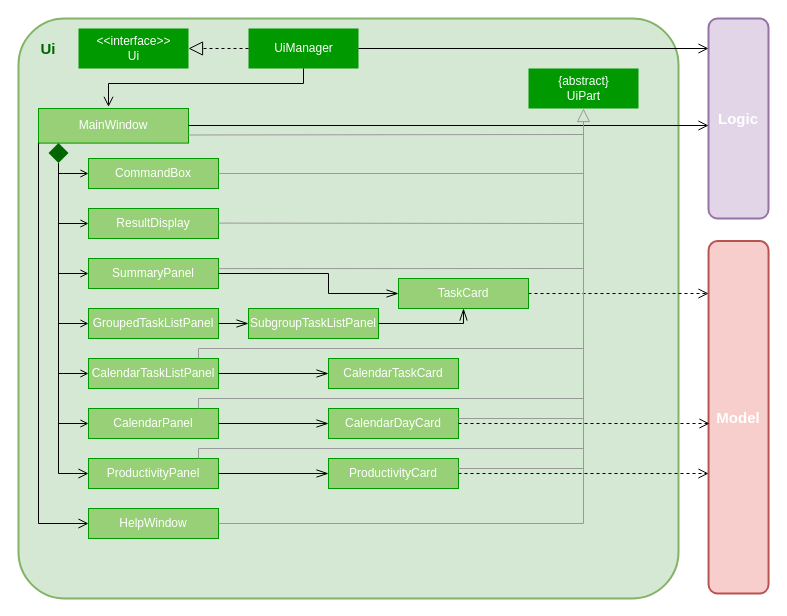
Before: docs/diagrams/UiClassDiagram.drawio in yapdianhao/main, a draw.io diagram. Source tidied: cells renumbered, new cells numbered last; positions are measured from the earlier drawing's top-left corner, leaving out a move shared by most shapes. Both pictures are drawn from the tidied source at 100%, with x=0, y=0 at pixel (18, 18).
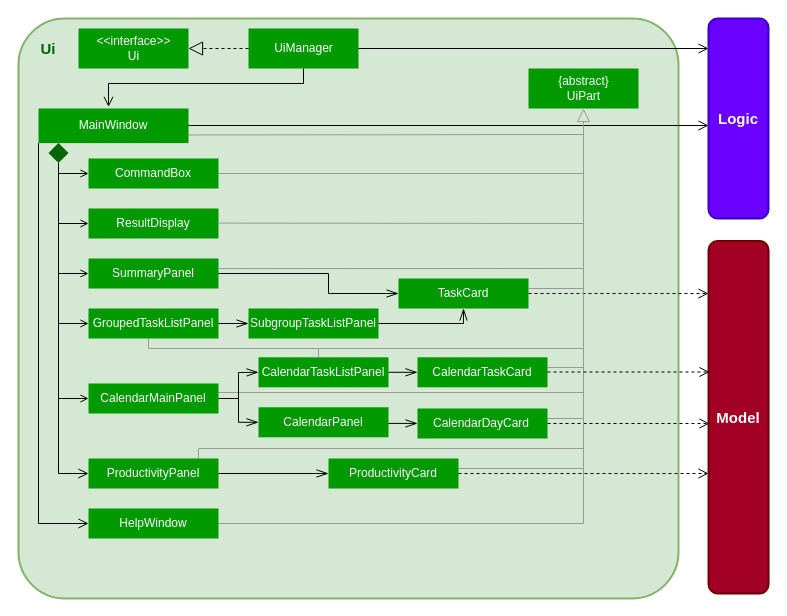
The same page after the edit.

Commit message (it also covers changes not shown here):
updated Ui class diagram

The change refers to these unchanged cells:
```xml
<mxCell id="18" style="group;" parent="17" vertex="1">
  <mxGeometry x="-20" width="150" height="34.6" as="geometry" />
</mxCell>
<mxCell id="24" style="group;" parent="1" vertex="1">
  <mxGeometry x="70" y="190" width="130" height="30" as="geometry" />
</mxCell>
<mxCell id="27" style="group;" parent="1" vertex="1">
  <mxGeometry x="70" y="240" width="130" height="30" as="geometry" />
</mxCell>
<mxCell id="73" style="group;" parent="72" vertex="1">
  <mxGeometry x="260" y="-20" width="130" height="30" as="geometry" />
</mxCell>
<mxCell id="79" style="group;fontColor=#999999;" parent="1" vertex="1">
  <mxGeometry x="180" y="380" width="309.7" height="10" as="geometry" />
</mxCell>
```

Change to the diagram source:
```diff
@@
-    <mxCell id="3" style="rounded=1;whiteSpace=wrap;html=1;strokeWidth=2;fillColor=#e1d5e7;strokeColor=#9673a6;rotation=-90;" parent="1" vertex="1">
+    <mxCell id="3" style="rounded=1;whiteSpace=wrap;html=1;strokeWidth=2;fillColor=#6A00FF;strokeColor=#3700CC;rotation=-90;" parent="1" vertex="1">
       <mxGeometry x="620" y="70" width="200" height="60" as="geometry" />
     </mxCell>
-    <mxCell id="4" style="rounded=1;whiteSpace=wrap;html=1;strokeWidth=2;fillColor=#f8cecc;strokeColor=#b85450;rotation=-90;" parent="1" vertex="1">
+    <mxCell id="4" style="rounded=1;whiteSpace=wrap;html=1;strokeWidth=2;fillColor=#A20025;strokeColor=#6F0000;rotation=-90;" parent="1" vertex="1">
       <mxGeometry x="543.8" y="368.8" width="352.5" height="60" as="geometry" />
     </mxCell>
@@
-    <mxCell id="19" style="rounded=0;whiteSpace=wrap;html=1;strokeWidth=1;fillColor=#97D077;strokeColor=#009900;" parent="18" vertex="1">
+    <mxCell id="19" style="rounded=0;whiteSpace=wrap;html=1;strokeWidth=1;fillColor=#009900;strokeColor=none;" parent="18" vertex="1">
       <mxGeometry width="150" height="34.6" as="geometry" />
     </mxCell>
@@
-    <mxCell id="21" style="group;" parent="1" vertex="1">
-      <mxGeometry x="70" y="140" width="130" height="30" as="geometry" />
-    </mxCell>
-    <mxCell id="22" style="rounded=0;whiteSpace=wrap;html=1;strokeWidth=1;fillColor=#97D077;strokeColor=#009900;" parent="21" vertex="1">
-      <mxGeometry width="130" height="30" as="geometry" />
-    </mxCell>
-    <mxCell id="23" value="&lt;font color=&quot;#ffffff&quot;&gt;CommandBox&lt;/font&gt;" style="text;html=1;strokeColor=none;fillColor=none;align=center;verticalAlign=middle;whiteSpace=wrap;rounded=0;" parent="21" vertex="1">
-      <mxGeometry x="10" y="5" width="110" height="20" as="geometry" />
-    </mxCell>
@@
-    <mxCell id="25" style="rounded=0;whiteSpace=wrap;html=1;strokeWidth=1;fillColor=#97D077;strokeColor=#009900;" parent="24" vertex="1">
+    <mxCell id="25" style="rounded=0;whiteSpace=wrap;html=1;strokeWidth=1;fillColor=#009900;strokeColor=none;" parent="24" vertex="1">
       <mxGeometry width="130" height="30" as="geometry" />
     </mxCell>
@@
-    <mxCell id="28" style="rounded=0;whiteSpace=wrap;html=1;strokeWidth=1;fillColor=#97D077;strokeColor=#009900;" parent="27" vertex="1">
+    <mxCell id="28" style="rounded=0;whiteSpace=wrap;html=1;strokeWidth=1;fillColor=#009900;strokeColor=none;" parent="27" vertex="1">
       <mxGeometry width="130" height="30" as="geometry" />
     </mxCell>
@@
-    <mxCell id="30" style="group;" parent="1" vertex="1">
-      <mxGeometry x="70" y="290" width="130" height="30" as="geometry" />
-    </mxCell>
-    <mxCell id="31" style="rounded=0;whiteSpace=wrap;html=1;strokeWidth=1;fillColor=#97D077;strokeColor=#009900;" parent="30" vertex="1">
-      <mxGeometry width="130" height="30" as="geometry" />
-    </mxCell>
-    <mxCell id="32" value="&lt;font color=&quot;#ffffff&quot;&gt;GroupedTaskListPanel&lt;/font&gt;" style="text;html=1;strokeColor=none;fillColor=none;align=center;verticalAlign=middle;whiteSpace=wrap;rounded=0;" parent="30" vertex="1">
-      <mxGeometry x="10" y="5" width="110" height="20" as="geometry" />
-    </mxCell>
-    <mxCell id="33" style="group;" parent="1" vertex="1">
-      <mxGeometry x="70" y="340" width="130" height="30" as="geometry" />
-    </mxCell>
-    <mxCell id="34" style="rounded=0;whiteSpace=wrap;html=1;strokeWidth=1;fillColor=#97D077;strokeColor=#009900;" parent="33" vertex="1">
-      <mxGeometry width="130" height="30" as="geometry" />
-    </mxCell>
-    <mxCell id="35" value="&lt;font color=&quot;#ffffff&quot;&gt;CalendarTaskListPanel&lt;/font&gt;" style="text;html=1;strokeColor=none;fillColor=none;align=center;verticalAlign=middle;whiteSpace=wrap;rounded=0;" parent="33" vertex="1">
-      <mxGeometry x="10" y="5" width="110" height="20" as="geometry" />
-    </mxCell>
-    <mxCell id="36" style="group;" parent="1" vertex="1">
-      <mxGeometry x="70" y="390" width="130" height="30" as="geometry" />
-    </mxCell>
-    <mxCell id="37" style="rounded=0;whiteSpace=wrap;html=1;strokeWidth=1;fillColor=#97D077;strokeColor=#009900;" parent="36" vertex="1">
-      <mxGeometry width="130" height="30" as="geometry" />
-    </mxCell>
-    <mxCell id="38" value="&lt;font color=&quot;#ffffff&quot;&gt;CalendarPanel&lt;/font&gt;" style="text;html=1;strokeColor=none;fillColor=none;align=center;verticalAlign=middle;whiteSpace=wrap;rounded=0;" parent="36" vertex="1">
-      <mxGeometry x="10" y="5" width="110" height="20" as="geometry" />
-    </mxCell>
-    <mxCell id="39" style="group;" parent="1" vertex="1">
-      <mxGeometry x="70" y="440" width="130" height="30" as="geometry" />
-    </mxCell>
-    <mxCell id="40" style="rounded=0;whiteSpace=wrap;html=1;strokeWidth=1;fillColor=#97D077;strokeColor=#009900;" parent="39" vertex="1">
-      <mxGeometry width="130" height="30" as="geometry" />
-    </mxCell>
-    <mxCell id="41" value="&lt;font color=&quot;#ffffff&quot;&gt;ProductivityPanel&lt;/font&gt;" style="text;html=1;strokeColor=none;fillColor=none;align=center;verticalAlign=middle;whiteSpace=wrap;rounded=0;" parent="39" vertex="1">
-      <mxGeometry x="10" y="5" width="110" height="20" as="geometry" />
-    </mxCell>
-    <mxCell id="42" style="group;" parent="1" vertex="1">
-      <mxGeometry x="70" y="490" width="130" height="30" as="geometry" />
-    </mxCell>
-    <mxCell id="43" style="rounded=0;whiteSpace=wrap;html=1;strokeWidth=1;fillColor=#97D077;strokeColor=#009900;" parent="42" vertex="1">
-      <mxGeometry width="130" height="30" as="geometry" />
-    </mxCell>
-    <mxCell id="44" value="&lt;font color=&quot;#ffffff&quot;&gt;HelpWindow&lt;/font&gt;" style="text;html=1;strokeColor=none;fillColor=none;align=center;verticalAlign=middle;whiteSpace=wrap;rounded=0;" parent="42" vertex="1">
-      <mxGeometry x="10" y="5" width="110" height="20" as="geometry" />
-    </mxCell>
@@
-    <mxCell id="53" style="endArrow=open;html=1;entryX=0;entryY=0.5;entryDx=0;entryDy=0;endFill=0;" parent="1" edge="1" target="34">
-      <mxGeometry relative="1" as="geometry">
-        <mxPoint x="40" y="355" as="sourcePoint" />
-      </mxGeometry>
-    </mxCell>
     <mxCell id="54" style="endArrow=open;html=1;entryX=0;entryY=0.5;entryDx=0;entryDy=0;endFill=0;" parent="1" edge="1" target="37">
       <mxGeometry relative="1" as="geometry">
-        <mxPoint x="40" y="405" as="sourcePoint" />
+        <mxPoint x="40" y="380" as="sourcePoint" />
       </mxGeometry>
     </mxCell>
-    <mxCell id="55" style="group;" parent="1" vertex="1">
-      <mxGeometry x="310" y="390" width="130" height="30" as="geometry" />
-    </mxCell>
-    <mxCell id="56" style="rounded=0;whiteSpace=wrap;html=1;strokeWidth=1;fillColor=#97D077;strokeColor=#009900;" parent="55" vertex="1">
-      <mxGeometry width="130" height="30" as="geometry" />
-    </mxCell>
-    <mxCell id="57" value="&lt;font color=&quot;#ffffff&quot;&gt;CalendarDayCard&lt;/font&gt;" style="text;html=1;strokeColor=none;fillColor=none;align=center;verticalAlign=middle;whiteSpace=wrap;rounded=0;" parent="55" vertex="1">
-      <mxGeometry x="10" y="5" width="110" height="20" as="geometry" />
-    </mxCell>
-    <mxCell id="58" style="group;" parent="1" vertex="1">
-      <mxGeometry x="310" y="440" width="130" height="30" as="geometry" />
-    </mxCell>
-    <mxCell id="59" style="rounded=0;whiteSpace=wrap;html=1;strokeWidth=1;fillColor=#97D077;strokeColor=#009900;" parent="58" vertex="1">
-      <mxGeometry width="130" height="30" as="geometry" />
-    </mxCell>
-    <mxCell id="60" value="&lt;font color=&quot;#ffffff&quot;&gt;ProductivityCard&lt;/font&gt;" style="text;html=1;strokeColor=none;fillColor=none;align=center;verticalAlign=middle;whiteSpace=wrap;rounded=0;" parent="58" vertex="1">
-      <mxGeometry x="10" y="5" width="110" height="20" as="geometry" />
-    </mxCell>
-    <mxCell id="61" style="edgeStyle=orthogonalEdgeStyle;rounded=0;jettySize=auto;html=1;exitX=1;exitY=0.5;exitDx=0;exitDy=0;entryX=0;entryY=0.5;entryDx=0;entryDy=0;endArrow=openThin;endFill=0;endSize=10;" parent="1" edge="1" source="37" target="56">
-      <mxGeometry relative="1" as="geometry" />
-    </mxCell>
@@
-    <mxCell id="74" style="rounded=0;whiteSpace=wrap;html=1;strokeWidth=1;fillColor=#97D077;strokeColor=#009900;" parent="73" vertex="1">
+    <mxCell id="74" style="rounded=0;whiteSpace=wrap;html=1;strokeWidth=1;fillColor=#009900;strokeColor=none;" parent="73" vertex="1">
       <mxGeometry width="130" height="30" as="geometry" />
     </mxCell>
@@
-    <mxCell id="76" style="group;fontColor=#999999;" parent="1" vertex="1">
-      <mxGeometry x="180" y="330" width="309.7" height="10" as="geometry" />
-    </mxCell>
-    <mxCell id="77" style="endArrow=none;html=1;strokeColor=#999999;" parent="76" edge="1">
-      <mxGeometry relative="1" as="geometry">
-        <mxPoint as="sourcePoint" />
-        <mxPoint x="385.5" as="targetPoint" />
-      </mxGeometry>
-    </mxCell>
-    <mxCell id="78" style="endArrow=none;html=1;strokeColor=#999999;" parent="76" edge="1">
-      <mxGeometry relative="1" as="geometry">
-        <mxPoint y="10" as="sourcePoint" />
-        <mxPoint as="targetPoint" />
-      </mxGeometry>
-    </mxCell>
@@
     <mxCell id="80" style="endArrow=none;html=1;strokeColor=#999999;" parent="79" edge="1">
       <mxGeometry relative="1" as="geometry">
-        <mxPoint as="sourcePoint" />
-        <mxPoint x="385.5" as="targetPoint" />
+        <mxPoint y="-6" as="sourcePoint" />
+        <mxPoint x="385.5" y="-6" as="targetPoint" />
       </mxGeometry>
     </mxCell>
@@
     <mxCell id="82" style="endArrow=none;html=1;strokeColor=#999999;fontColor=#999999;" parent="79" edge="1">
       <mxGeometry relative="1" as="geometry">
-        <mxPoint x="259.7" y="20" as="sourcePoint" />
+        <mxPoint x="349" y="20" as="sourcePoint" />
         <mxPoint x="385.5" y="20" as="targetPoint" />
       </mxGeometry>
     </mxCell>
@@
-    <mxCell id="87" style="group;fontColor=#999999;" parent="1" vertex="1">
-      <mxGeometry x="50" y="360" width="309.7" height="10" as="geometry" />
-    </mxCell>
-    <mxCell id="88" style="group;" parent="87" vertex="1">
-      <mxGeometry x="260" y="-20" width="130" height="30" as="geometry" />
-    </mxCell>
-    <mxCell id="89" style="rounded=0;whiteSpace=wrap;html=1;strokeWidth=1;fillColor=#97D077;strokeColor=#009900;" parent="88" vertex="1">
-      <mxGeometry width="130" height="30" as="geometry" />
-    </mxCell>
-    <mxCell id="90" value="&lt;font color=&quot;#ffffff&quot;&gt;CalendarTaskCard&lt;/font&gt;" style="text;html=1;strokeColor=none;fillColor=none;align=center;verticalAlign=middle;whiteSpace=wrap;rounded=0;" parent="88" vertex="1">
-      <mxGeometry x="10" y="5" width="110" height="20" as="geometry" />
-    </mxCell>
-    <mxCell id="91" style="edgeStyle=orthogonalEdgeStyle;rounded=0;jettySize=auto;html=1;exitX=1;exitY=0.5;exitDx=0;exitDy=0;entryX=0;entryY=0.5;entryDx=0;entryDy=0;endArrow=openThin;endFill=0;endSize=10;strokeColor=#000000;fontColor=#999999;" parent="1" edge="1" source="34" target="89">
-      <mxGeometry relative="1" as="geometry" />
-    </mxCell>
-    <mxCell id="92" style="group;" parent="1" vertex="1">
-      <mxGeometry x="230" y="290" width="130" height="30" as="geometry" />
-    </mxCell>
-    <mxCell id="93" style="rounded=0;whiteSpace=wrap;html=1;strokeWidth=1;fillColor=#97D077;strokeColor=#009900;" parent="92" vertex="1">
-      <mxGeometry width="130" height="30" as="geometry" />
-    </mxCell>
-    <mxCell id="94" value="&lt;font color=&quot;#ffffff&quot;&gt;SubgroupTaskListPanel&lt;/font&gt;" style="text;html=1;strokeColor=none;fillColor=none;align=center;verticalAlign=middle;whiteSpace=wrap;rounded=0;" parent="92" vertex="1">
-      <mxGeometry x="10" y="5" width="110" height="20" as="geometry" />
-    </mxCell>
@@
+    <mxCell id="22" style="rounded=0;whiteSpace=wrap;html=1;strokeWidth=1;fillColor=#009900;strokeColor=none;" parent="1" vertex="1">
+      <mxGeometry x="70" y="140" width="130" height="30" as="geometry" />
+    </mxCell>
+    <mxCell id="23" value="&lt;font color=&quot;#ffffff&quot;&gt;CommandBox&lt;/font&gt;" style="text;html=1;strokeColor=none;fillColor=#009900;align=center;verticalAlign=middle;whiteSpace=wrap;rounded=0;" parent="1" vertex="1">
+      <mxGeometry x="80" y="145" width="110" height="20" as="geometry" />
+    </mxCell>
+    <mxCell id="31" style="rounded=0;whiteSpace=wrap;html=1;strokeWidth=1;fillColor=#009900;strokeColor=none;" parent="1" vertex="1">
+      <mxGeometry x="70" y="290" width="130" height="30" as="geometry" />
+    </mxCell>
+    <mxCell id="32" value="&lt;font color=&quot;#ffffff&quot;&gt;GroupedTaskListPanel&lt;/font&gt;" style="text;html=1;strokeColor=none;fillColor=#009900;align=center;verticalAlign=middle;whiteSpace=wrap;rounded=0;" parent="1" vertex="1">
+      <mxGeometry x="80" y="295" width="110" height="20" as="geometry" />
+    </mxCell>
+    <mxCell id="93" style="rounded=0;whiteSpace=wrap;html=1;strokeWidth=1;fillColor=#009900;strokeColor=none;" parent="1" vertex="1">
+      <mxGeometry x="230" y="290" width="130" height="30" as="geometry" />
+    </mxCell>
+    <mxCell id="94" value="&lt;font color=&quot;#ffffff&quot;&gt;SubgroupTaskListPanel&lt;/font&gt;" style="text;html=1;strokeColor=none;fillColor=#009900;align=center;verticalAlign=middle;whiteSpace=wrap;rounded=0;" parent="1" vertex="1">
+      <mxGeometry x="240" y="295" width="110" height="20" as="geometry" />
+    </mxCell>
+    <mxCell id="40" style="rounded=0;whiteSpace=wrap;html=1;strokeWidth=1;fillColor=#009900;strokeColor=none;" parent="1" vertex="1">
+      <mxGeometry x="70" y="440" width="130" height="30" as="geometry" />
+    </mxCell>
+    <mxCell id="41" value="&lt;font color=&quot;#ffffff&quot;&gt;ProductivityPanel&lt;/font&gt;" style="text;html=1;strokeColor=none;fillColor=#009900;align=center;verticalAlign=middle;whiteSpace=wrap;rounded=0;" parent="1" vertex="1">
+      <mxGeometry x="80" y="445" width="110" height="20" as="geometry" />
+    </mxCell>
+    <mxCell id="59" style="rounded=0;whiteSpace=wrap;html=1;strokeWidth=1;fillColor=#009900;strokeColor=none;" parent="1" vertex="1">
+      <mxGeometry x="310" y="440" width="130" height="30" as="geometry" />
+    </mxCell>
+    <mxCell id="60" value="&lt;font color=&quot;#ffffff&quot;&gt;ProductivityCard&lt;/font&gt;" style="text;html=1;strokeColor=none;fillColor=#009900;align=center;verticalAlign=middle;whiteSpace=wrap;rounded=0;" parent="1" vertex="1">
+      <mxGeometry x="320" y="445" width="110" height="20" as="geometry" />
+    </mxCell>
+    <mxCell id="43" style="rounded=0;whiteSpace=wrap;html=1;strokeWidth=1;fillColor=#009900;strokeColor=none;" parent="1" vertex="1">
+      <mxGeometry x="70" y="490" width="130" height="30" as="geometry" />
+    </mxCell>
+    <mxCell id="44" value="&lt;font color=&quot;#ffffff&quot;&gt;HelpWindow&lt;/font&gt;" style="text;html=1;strokeColor=none;fillColor=#009900;align=center;verticalAlign=middle;whiteSpace=wrap;rounded=0;" parent="1" vertex="1">
+      <mxGeometry x="80" y="495" width="110" height="20" as="geometry" />
+    </mxCell>
+    <mxCell id="100" style="group;" parent="1" vertex="1">
+      <mxGeometry x="70" y="365" width="140" height="30" as="geometry" />
+    </mxCell>
+    <mxCell id="37" style="rounded=0;whiteSpace=wrap;html=1;strokeWidth=1;fillColor=#009900;strokeColor=none;" parent="100" vertex="1">
+      <mxGeometry width="130" height="30" as="geometry" />
+    </mxCell>
+    <mxCell id="38" value="&lt;font color=&quot;#ffffff&quot;&gt;CalendarMainPanel&lt;/font&gt;" style="text;html=1;strokeColor=none;fillColor=#009900;align=center;verticalAlign=middle;whiteSpace=wrap;rounded=0;" parent="100" vertex="1">
+      <mxGeometry x="10" y="5" width="110" height="20" as="geometry" />
+    </mxCell>
+    <mxCell id="101" style="group;" parent="1" vertex="1">
+      <mxGeometry x="240" y="388.8" width="130" height="30" as="geometry" />
+    </mxCell>
+    <mxCell id="102" style="rounded=0;whiteSpace=wrap;html=1;strokeWidth=1;fillColor=#009900;strokeColor=none;" parent="101" vertex="1">
+      <mxGeometry width="130" height="30" as="geometry" />
+    </mxCell>
+    <mxCell id="103" value="&lt;font color=&quot;#ffffff&quot;&gt;CalendarPanel&lt;/font&gt;" style="text;html=1;strokeColor=none;fillColor=#009900;align=center;verticalAlign=middle;whiteSpace=wrap;rounded=0;" parent="101" vertex="1">
+      <mxGeometry x="10" y="5" width="110" height="20" as="geometry" />
+    </mxCell>
+    <mxCell id="104" style="group;" parent="1" vertex="1">
+      <mxGeometry x="399" y="390" width="130" height="30" as="geometry" />
+    </mxCell>
+    <mxCell id="56" style="rounded=0;whiteSpace=wrap;html=1;strokeWidth=1;fillColor=#009900;strokeColor=none;" parent="104" vertex="1">
+      <mxGeometry width="130" height="30" as="geometry" />
+    </mxCell>
+    <mxCell id="57" value="&lt;font color=&quot;#ffffff&quot;&gt;CalendarDayCard&lt;/font&gt;" style="text;html=1;strokeColor=none;fillColor=#009900;align=center;verticalAlign=middle;whiteSpace=wrap;rounded=0;" parent="104" vertex="1">
+      <mxGeometry x="9" y="5" width="110" height="20" as="geometry" />
+    </mxCell>
+    <mxCell id="105" style="group;" parent="1" vertex="1">
+      <mxGeometry x="240" y="338.8" width="130" height="30" as="geometry" />
+    </mxCell>
+    <mxCell id="106" style="group;" parent="105" vertex="1">
+      <mxGeometry width="130" height="30" as="geometry" />
+    </mxCell>
+    <mxCell id="34" style="rounded=0;whiteSpace=wrap;html=1;strokeWidth=1;fillColor=#009900;strokeColor=none;" parent="106" vertex="1">
+      <mxGeometry width="130" height="30" as="geometry" />
+    </mxCell>
+    <mxCell id="35" value="&lt;font color=&quot;#ffffff&quot;&gt;CalendarTaskListPanel&lt;/font&gt;" style="text;html=1;strokeColor=none;fillColor=#009900;align=center;verticalAlign=middle;whiteSpace=wrap;rounded=0;" parent="106" vertex="1">
+      <mxGeometry x="10" y="5" width="110" height="20" as="geometry" />
+    </mxCell>
+    <mxCell id="107" style="group;" parent="1" vertex="1">
+      <mxGeometry x="399" y="338.8" width="130" height="30" as="geometry" />
+    </mxCell>
+    <mxCell id="89" style="rounded=0;whiteSpace=wrap;html=1;strokeWidth=1;fillColor=#009900;strokeColor=none;" parent="107" vertex="1">
+      <mxGeometry width="130" height="30" as="geometry" />
+    </mxCell>
+    <mxCell id="90" value="&lt;font color=&quot;#ffffff&quot;&gt;CalendarTaskCard&lt;/font&gt;" style="text;html=1;strokeColor=none;fillColor=#009900;align=center;verticalAlign=middle;whiteSpace=wrap;rounded=0;" parent="107" vertex="1">
+      <mxGeometry x="10" y="5" width="110" height="20" as="geometry" />
+    </mxCell>
+    <mxCell id="108" style="edgeStyle=orthogonalEdgeStyle;rounded=0;jettySize=auto;html=1;exitX=1;exitY=0.5;exitDx=0;exitDy=0;entryX=0;entryY=0.5;entryDx=0;entryDy=0;endArrow=openThin;endFill=0;endSize=10;" parent="1" edge="1" source="37" target="102">
+      <mxGeometry relative="1" as="geometry" />
+    </mxCell>
+    <mxCell id="91" style="edgeStyle=orthogonalEdgeStyle;rounded=0;jettySize=auto;html=1;exitX=1;exitY=0.5;exitDx=0;exitDy=0;entryX=0;entryY=0.5;entryDx=0;entryDy=0;endArrow=openThin;endFill=0;endSize=10;" parent="1" edge="1" source="34" target="89">
+      <mxGeometry relative="1" as="geometry" />
+    </mxCell>
+    <mxCell id="109" style="edgeStyle=orthogonalEdgeStyle;rounded=0;orthogonalLoop=1;jettySize=auto;html=1;exitX=1;exitY=0.5;exitDx=0;exitDy=0;entryX=0;entryY=0.5;entryDx=0;entryDy=0;endArrow=openThin;endFill=0;endSize=10;" parent="1" edge="1">
+      <mxGeometry relative="1" as="geometry">
+        <mxPoint x="370" y="404.9" as="sourcePoint" />
+        <mxPoint x="399" y="404.9" as="targetPoint" />
+      </mxGeometry>
+    </mxCell>
+    <mxCell id="110" style="endArrow=none;html=1;strokeColor=#999999;fontColor=#999999;" parent="1" edge="1">
+      <mxGeometry relative="1" as="geometry">
+        <mxPoint x="529" y="349" as="sourcePoint" />
+        <mxPoint x="565.5" y="349" as="targetPoint" />
+      </mxGeometry>
+    </mxCell>
+    <mxCell id="111" style="endArrow=none;html=1;strokeColor=#999999;fontColor=#999999;" parent="1" edge="1">
+      <mxGeometry relative="1" as="geometry">
+        <mxPoint x="510" y="270" as="sourcePoint" />
+        <mxPoint x="565" y="270" as="targetPoint" />
+      </mxGeometry>
+    </mxCell>
+    <mxCell id="112" style="edgeStyle=orthogonalEdgeStyle;rounded=0;orthogonalLoop=1;jettySize=auto;html=1;exitX=1;exitY=0.5;exitDx=0;exitDy=0;endArrow=open;endFill=0;endSize=8;dashed=1;" parent="1" edge="1">
+      <mxGeometry relative="1" as="geometry">
+        <mxPoint x="529" y="353.5" as="sourcePoint" />
+        <mxPoint x="691" y="353.5" as="targetPoint" />
+        <Array as="points">
+          <mxPoint x="691" y="353.5" />
+        </Array>
+      </mxGeometry>
+    </mxCell>
+    <mxCell id="76" style="group;fontColor=#999999;" parent="1" vertex="1">
+      <mxGeometry x="300" y="330" width="189.7" height="9" as="geometry" />
+    </mxCell>
+    <mxCell id="78" style="endArrow=none;html=1;strokeColor=#999999;" parent="76" edge="1">
+      <mxGeometry relative="1" as="geometry">
+        <mxPoint y="9" as="sourcePoint" />
+        <mxPoint as="targetPoint" />
+      </mxGeometry>
+    </mxCell>
+    <mxCell id="77" style="endArrow=none;html=1;strokeColor=#999999;" parent="76" edge="1">
+      <mxGeometry relative="1" as="geometry">
+        <mxPoint x="-170" as="sourcePoint" />
+        <mxPoint x="265" as="targetPoint" />
+      </mxGeometry>
+    </mxCell>
+    <mxCell id="113" style="endArrow=none;html=1;strokeColor=#999999;" parent="1" edge="1">
+      <mxGeometry relative="1" as="geometry">
+        <mxPoint x="130" y="330" as="sourcePoint" />
+        <mxPoint x="130" y="320" as="targetPoint" />
+      </mxGeometry>
+    </mxCell>
+    <mxCell id="114" style="endArrow=openThin;html=1;endFill=0;endSize=10;rounded=0;entryX=0;entryY=0.5;entryDx=0;entryDy=0;" parent="1" edge="1" target="34">
+      <mxGeometry relative="1" as="geometry">
+        <mxPoint x="220" y="380" as="sourcePoint" />
+        <Array as="points">
+          <mxPoint x="220" y="354" />
+        </Array>
+      </mxGeometry>
+    </mxCell>
```
